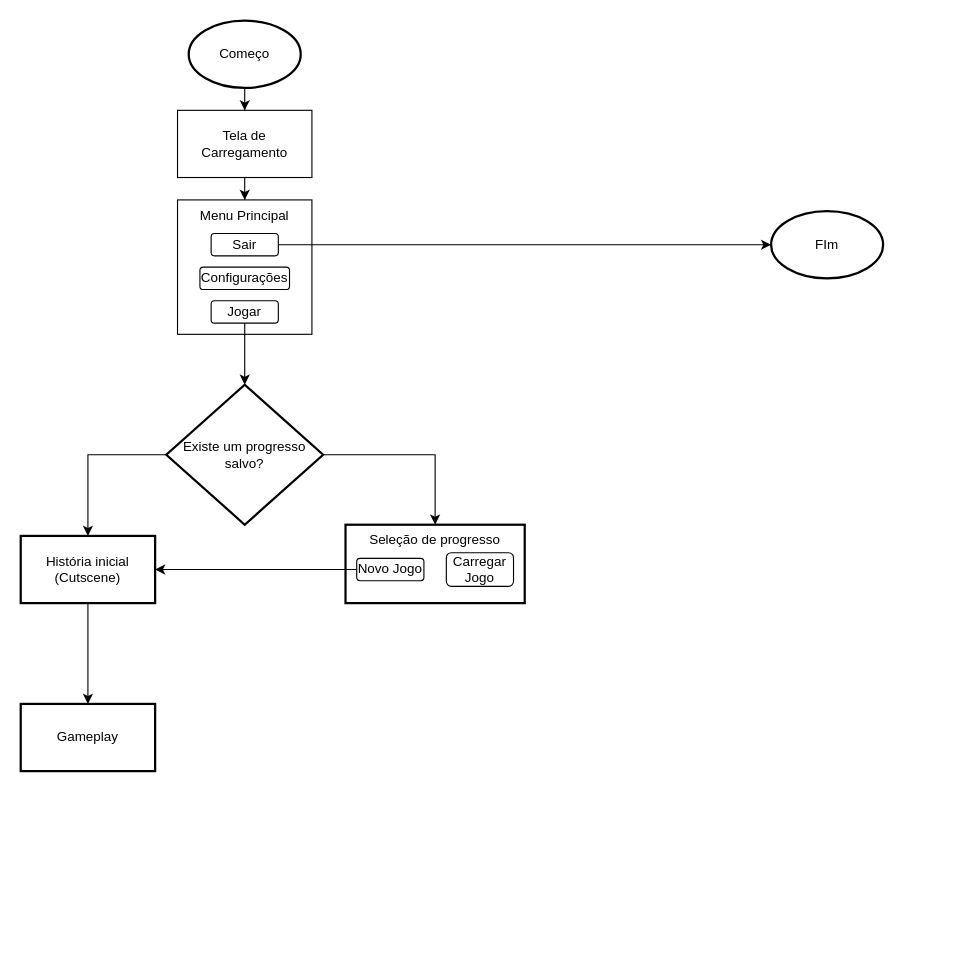
The draw.io diagram Runaway Bear flowchart.drawio in IsaacoHamsto/runawaybeargame, before the edit. Source tidied: cells renumbered, new cells numbered last; positions are measured from the earlier drawing's top-left corner, leaving out a move shared by most shapes. Both pictures are drawn from the tidied source at 112%, with x=0, y=0 at pixel (20, 20).
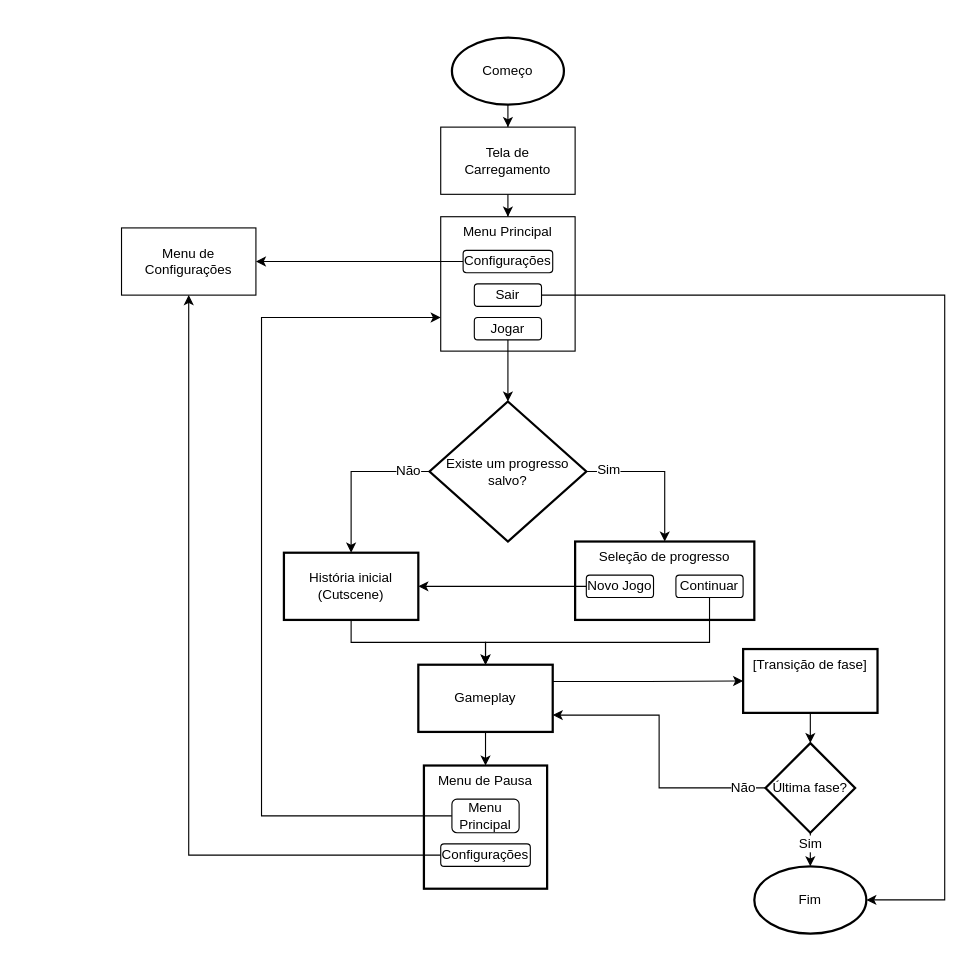
Above is the later version.

Commit message:
Quase terminado o flowchart

Diff of the diagram source:
```diff
@@
     <mxCell id="3" value="Começo" style="strokeWidth=2;html=1;shape=mxgraph.flowchart.start_1;whiteSpace=wrap;fillColor=default;" parent="1" vertex="1">
-      <mxGeometry x="150" width="100" height="60" as="geometry" />
+      <mxGeometry x="385" y="15" width="100" height="60" as="geometry" />
     </mxCell>
@@
     <mxCell id="5" value="Tela de Carregamento" style="rounded=0;whiteSpace=wrap;html=1;" parent="1" vertex="1">
-      <mxGeometry x="140" y="80" width="120" height="60" as="geometry" />
+      <mxGeometry x="375" y="95" width="120" height="60" as="geometry" />
     </mxCell>
     <mxCell id="6" value="Menu Principal" style="rounded=0;whiteSpace=wrap;html=1;verticalAlign=top;fillColor=default;" parent="1" vertex="1">
-      <mxGeometry x="140" y="160" width="120" height="120" as="geometry" />
+      <mxGeometry x="375" y="175" width="120" height="120" as="geometry" />
     </mxCell>
     <mxCell id="7" style="edgeStyle=orthogonalEdgeStyle;rounded=0;jettySize=auto;html=1;entryX=0.5;entryY=0;entryDx=0;entryDy=0;entryPerimeter=0;" parent="1" edge="1" source="8" target="14">
       <mxGeometry relative="1" as="geometry">
         <Array as="points">
-          <mxPoint x="200" y="280" />
-          <mxPoint x="200" y="280" />
+          <mxPoint x="435" y="295" />
+          <mxPoint x="435" y="295" />
         </Array>
       </mxGeometry>
     </mxCell>
     <mxCell id="8" value="Jogar" style="rounded=1;whiteSpace=wrap;html=1;fillColor=default;" parent="1" vertex="1">
-      <mxGeometry x="170" y="250" width="60" height="20" as="geometry" />
+      <mxGeometry x="405" y="265" width="60" height="20" as="geometry" />
     </mxCell>
+    <mxCell id="23" style="edgeStyle=orthogonalEdgeStyle;rounded=0;jettySize=auto;html=1;" parent="1" edge="1" source="9" target="27">
+      <mxGeometry relative="1" as="geometry" />
+    </mxCell>
     <mxCell id="9" value="Configurações" style="rounded=1;whiteSpace=wrap;html=1;fillColor=default;gradientColor=none;" parent="1" vertex="1">
-      <mxGeometry x="160" y="220" width="80" height="20" as="geometry" />
+      <mxGeometry x="395" y="205" width="80" height="20" as="geometry" />
     </mxCell>
-    <mxCell id="10" style="edgeStyle=orthogonalEdgeStyle;rounded=0;jettySize=auto;html=1;" parent="1" edge="1" source="11" target="22">
-      <mxGeometry relative="1" as="geometry" />
+    <mxCell id="10" style="edgeStyle=orthogonalEdgeStyle;rounded=0;jettySize=auto;html=1;entryX=1;entryY=0.5;entryDx=0;entryDy=0;entryPerimeter=0;exitX=1;exitY=0.5;exitDx=0;exitDy=0;" parent="1" edge="1" source="11" target="22">
+      <mxGeometry relative="1" as="geometry">
+        <Array as="points">
+          <mxPoint x="825" y="245" />
+          <mxPoint x="825" y="785" />
+        </Array>
+      </mxGeometry>
     </mxCell>
     <mxCell id="11" value="Sair" style="rounded=1;whiteSpace=wrap;html=1;fillColor=default;" parent="1" vertex="1">
-      <mxGeometry x="170" y="190" width="60" height="20" as="geometry" />
+      <mxGeometry x="405" y="235" width="60" height="20" as="geometry" />
     </mxCell>
@@
-    <mxCell id="13" style="edgeStyle=orthogonalEdgeStyle;rounded=0;jettySize=auto;html=1;entryX=0.5;entryY=0;entryDx=0;entryDy=0;" parent="1" edge="1" source="14" target="17">
+    <mxCell id="13" style="edgeStyle=orthogonalEdgeStyle;rounded=0;jettySize=auto;html=1;entryX=0.5;entryY=0;entryDx=0;entryDy=0;exitX=1;exitY=0.5;exitDx=0;exitDy=0;exitPerimeter=0;" parent="1" edge="1" source="14" target="17">
       <mxGeometry relative="1" as="geometry" />
     </mxCell>
     <mxCell id="14" value="Existe um progresso salvo?" style="strokeWidth=2;html=1;shape=mxgraph.flowchart.decision;whiteSpace=wrap;" parent="1" vertex="1">
-      <mxGeometry x="130" y="325" width="140" height="125" as="geometry" />
+      <mxGeometry x="365" y="340" width="140" height="125" as="geometry" />
     </mxCell>
@@
     <mxCell id="16" value="História inicial (Cutscene)" style="whiteSpace=wrap;html=1;strokeWidth=2;" parent="1" vertex="1">
-      <mxGeometry y="460" width="120" height="60" as="geometry" />
+      <mxGeometry x="235" y="475" width="120" height="60" as="geometry" />
     </mxCell>
     <mxCell id="17" value="Seleção de progresso" style="whiteSpace=wrap;html=1;strokeWidth=2;verticalAlign=top;" parent="1" vertex="1">
-      <mxGeometry x="290" y="450" width="160" height="70" as="geometry" />
+      <mxGeometry x="495" y="465" width="160" height="70" as="geometry" />
     </mxCell>
@@
     <mxCell id="19" value="Novo Jogo" style="rounded=1;whiteSpace=wrap;html=1;fillColor=default;" parent="1" vertex="1">
-      <mxGeometry x="300" y="480" width="60" height="20" as="geometry" />
+      <mxGeometry x="505" y="495" width="60" height="20" as="geometry" />
     </mxCell>
+    <mxCell id="24" style="edgeStyle=orthogonalEdgeStyle;rounded=0;jettySize=auto;html=1;exitX=0.5;exitY=1;exitDx=0;exitDy=0;" parent="1" edge="1" source="20" target="21">
+      <mxGeometry relative="1" as="geometry">
+        <Array as="points">
+          <mxPoint x="615" y="555" />
+          <mxPoint x="415" y="555" />
+        </Array>
+      </mxGeometry>
+    </mxCell>
-    <mxCell id="20" value="Carregar Jogo" style="rounded=1;whiteSpace=wrap;html=1;fillColor=default;" parent="1" vertex="1">
-      <mxGeometry x="380" y="475" width="60" height="30" as="geometry" />
+    <mxCell id="20" value="Continuar" style="rounded=1;whiteSpace=wrap;html=1;fillColor=default;" parent="1" vertex="1">
+      <mxGeometry x="585" y="495" width="60" height="20" as="geometry" />
     </mxCell>
+    <mxCell id="25" style="edgeStyle=orthogonalEdgeStyle;rounded=0;jettySize=auto;html=1;" parent="1" edge="1" source="21" target="28">
+      <mxGeometry relative="1" as="geometry" />
+    </mxCell>
+    <mxCell id="26" style="edgeStyle=orthogonalEdgeStyle;rounded=0;jettySize=auto;html=1;exitX=1;exitY=0.25;exitDx=0;exitDy=0;entryX=0;entryY=0.5;entryDx=0;entryDy=0;" parent="1" edge="1" source="21" target="34">
+      <mxGeometry relative="1" as="geometry" />
+    </mxCell>
     <mxCell id="21" value="Gameplay" style="whiteSpace=wrap;html=1;strokeWidth=2;" parent="1" vertex="1">
-      <mxGeometry y="610" width="120" height="60" as="geometry" />
+      <mxGeometry x="355" y="575" width="120" height="60" as="geometry" />
     </mxCell>
-    <mxCell id="22" value="FIm" style="strokeWidth=2;html=1;shape=mxgraph.flowchart.start_1;whiteSpace=wrap;" parent="1" vertex="1">
-      <mxGeometry x="670" y="170" width="100" height="60" as="geometry" />
+    <mxCell id="22" value="Fim" style="strokeWidth=2;html=1;shape=mxgraph.flowchart.start_1;whiteSpace=wrap;" parent="1" vertex="1">
+      <mxGeometry x="655" y="755" width="100" height="60" as="geometry" />
     </mxCell>
+    <mxCell id="27" value="Menu de Configurações" style="rounded=0;whiteSpace=wrap;html=1;" parent="1" vertex="1">
+      <mxGeometry x="90" y="185" width="120" height="60" as="geometry" />
+    </mxCell>
+    <mxCell id="28" value="Menu de Pausa" style="whiteSpace=wrap;html=1;strokeWidth=2;verticalAlign=top;" parent="1" vertex="1">
+      <mxGeometry x="360" y="665" width="110" height="110" as="geometry" />
+    </mxCell>
+    <mxCell id="29" style="edgeStyle=orthogonalEdgeStyle;rounded=0;jettySize=auto;html=1;entryX=0;entryY=0.75;entryDx=0;entryDy=0;" parent="1" edge="1" source="30" target="6">
+      <mxGeometry relative="1" as="geometry">
+        <Array as="points">
+          <mxPoint x="215" y="710" />
+          <mxPoint x="215" y="265" />
+        </Array>
+      </mxGeometry>
+    </mxCell>
+    <mxCell id="30" value="Menu Principal" style="rounded=1;whiteSpace=wrap;html=1;fillColor=default;" parent="1" vertex="1">
+      <mxGeometry x="385" y="695" width="60" height="30" as="geometry" />
+    </mxCell>
+    <mxCell id="31" style="edgeStyle=orthogonalEdgeStyle;rounded=0;jettySize=auto;html=1;" parent="1" edge="1" source="32" target="27">
+      <mxGeometry relative="1" as="geometry" />
+    </mxCell>
+    <mxCell id="32" value="Configurações" style="rounded=1;whiteSpace=wrap;html=1;fillColor=default;" parent="1" vertex="1">
+      <mxGeometry x="375" y="735" width="80" height="20" as="geometry" />
+    </mxCell>
+    <mxCell id="33" style="edgeStyle=orthogonalEdgeStyle;rounded=0;jettySize=auto;html=1;entryX=0.5;entryY=0;entryDx=0;entryDy=0;" parent="1" edge="1" source="34" target="37">
+      <mxGeometry relative="1" as="geometry" />
+    </mxCell>
+    <mxCell id="34" value="[Transição de fase]" style="whiteSpace=wrap;html=1;strokeWidth=2;verticalAlign=top;" parent="1" vertex="1">
+      <mxGeometry x="645" y="561" width="120" height="57" as="geometry" />
+    </mxCell>
+    <mxCell id="35" style="edgeStyle=orthogonalEdgeStyle;rounded=0;jettySize=auto;html=1;entryX=0.5;entryY=0;entryDx=0;entryDy=0;entryPerimeter=0;" parent="1" edge="1" source="37" target="22">
+      <mxGeometry relative="1" as="geometry" />
+    </mxCell>
+    <mxCell id="36" style="edgeStyle=orthogonalEdgeStyle;rounded=0;jettySize=auto;html=1;entryX=1;entryY=0.75;entryDx=0;entryDy=0;" parent="1" edge="1" source="37" target="21">
+      <mxGeometry relative="1" as="geometry" />
+    </mxCell>
+    <mxCell id="37" value="Última fase?" style="rhombus;whiteSpace=wrap;html=1;verticalAlign=middle;strokeWidth=2;" parent="1" vertex="1">
+      <mxGeometry x="665" y="645" width="80" height="80" as="geometry" />
+    </mxCell>
+    <mxCell id="38" value="Não" style="text;html=1;align=center;verticalAlign=middle;strokeColor=none;fillColor=none;labelBackgroundColor=default;" parent="1" vertex="1">
+      <mxGeometry x="620" y="670" width="50" height="30" as="geometry" />
+    </mxCell>
+    <mxCell id="39" value="Sim" style="text;html=1;align=center;verticalAlign=middle;strokeColor=none;fillColor=none;labelBackgroundColor=default;" parent="1" vertex="1">
+      <mxGeometry x="685" y="720" width="40" height="30" as="geometry" />
+    </mxCell>
+    <mxCell id="40" value="Não" style="text;html=1;align=center;verticalAlign=middle;strokeColor=none;fillColor=none;labelBackgroundColor=default;" parent="1" vertex="1">
+      <mxGeometry x="321" y="387" width="50" height="30" as="geometry" />
+    </mxCell>
+    <mxCell id="41" value="Sim" style="text;html=1;align=center;verticalAlign=middle;strokeColor=none;fillColor=none;labelBackgroundColor=default;" parent="1" vertex="1">
+      <mxGeometry x="505" y="386" width="40" height="30" as="geometry" />
+    </mxCell>
```
